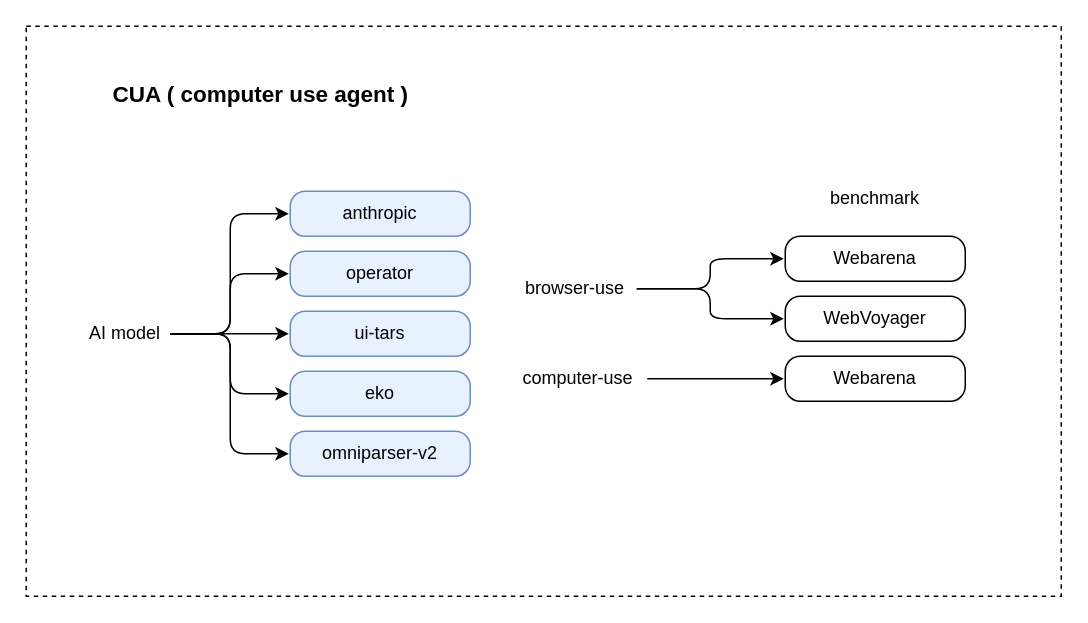
axtrur/awsome-ai-agent keeps this draw.io diagram as computer-use.drawio. Above is the earlier version. Source tidied: cells renumbered, new cells numbered last; positions are measured from the earlier drawing's top-left corner, leaving out a move shared by most shapes. Both pictures are drawn from the tidied source at 150%, with x=0, y=0 at pixel (26, 26).
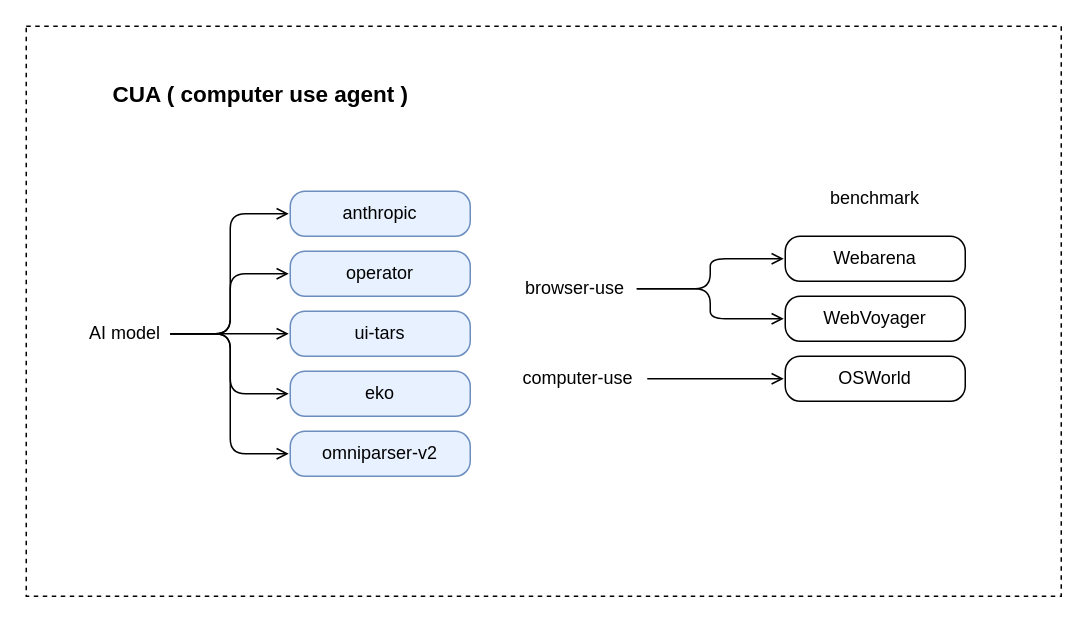
After the change.

The change refers to these unchanged cells:
```xml
<mxCell id="5" value="browser-use" style="rounded=1;whiteSpace=wrap;html=1;perimeterSpacing=1;absoluteArcSize=1;strokeColor=none;" parent="1" vertex="1">
  <mxGeometry x="326" y="160" width="80" height="30" as="geometry" />
</mxCell>
<mxCell id="6" value="&lt;div&gt;&lt;div class=&quot;old-record-id-JBEVdbZQPohMMXxsnTOcH60enHJ&quot;&gt;anthropic&lt;/div&gt;&lt;/div&gt;&lt;span class=&quot;lark-record-clipboard&quot; data-lark-record-data=&quot;{&amp;quot;rootId&amp;quot;:&amp;quot;FoqrdbMwvoKmRuxTPTAcZVGbncc&amp;quot;,&amp;quot;text&amp;quot;:{&amp;quot;initialAttributedTexts&amp;quot;:{&amp;quot;text&amp;quot;:{&amp;quot;0&amp;quot;:&amp;quot;anthropic&amp;quot;},&amp;quot;attribs&amp;quot;:{&amp;quot;0&amp;quot;:&amp;quot;*0*1+9&amp;quot;}},&amp;quot;apool&amp;quot;:{&amp;quot;numToAttrib&amp;quot;:{&amp;quot;0&amp;quot;:[&amp;quot;author&amp;quot;,&amp;quot;6871447160731222018&amp;quot;],&amp;quot;1&amp;quot;:[&amp;quot;link-id&amp;quot;,&amp;quot;10315824-9a2c-4ef2-9bec-ecdc504ee82a&amp;quot;]},&amp;quot;nextNum&amp;quot;:2}},&amp;quot;type&amp;quot;:&amp;quot;text&amp;quot;,&amp;quot;referenceRecordMap&amp;quot;:{},&amp;quot;extra&amp;quot;:{&amp;quot;channel&amp;quot;:&amp;quot;saas&amp;quot;,&amp;quot;isEqualBlockSelection&amp;quot;:false,&amp;quot;pasteRandomId&amp;quot;:&amp;quot;208c5f26-a661-4085-acc5-ec5a34d7300a&amp;quot;,&amp;quot;mention_page_title&amp;quot;:{},&amp;quot;external_mention_url&amp;quot;:{}},&amp;quot;isKeepQuoteContainer&amp;quot;:false,&amp;quot;isFromCode&amp;quot;:false,&amp;quot;selection&amp;quot;:[{&amp;quot;id&amp;quot;:76,&amp;quot;type&amp;quot;:&amp;quot;text&amp;quot;,&amp;quot;selection&amp;quot;:{&amp;quot;start&amp;quot;:12,&amp;quot;end&amp;quot;:21},&amp;quot;recordId&amp;quot;:&amp;quot;JBEVdbZQPohMMXxsnTOcH60enHJ&amp;quot;}],&amp;quot;payloadMap&amp;quot;:{},&amp;quot;isCut&amp;quot;:false}&quot;&gt;&lt;/span&gt;" style="rounded=1;whiteSpace=wrap;html=1;perimeterSpacing=1;absoluteArcSize=1;fillColor=#E8F1FF;strokeColor=#6c8ebf;" parent="1" vertex="1">
  <mxGeometry x="176" y="110" width="120" height="30" as="geometry" />
</mxCell>
<mxCell id="7" value="&lt;div&gt;&lt;div class=&quot;old-record-id-JBEVdbZQPohMMXxsnTOcH60enHJ&quot;&gt;operator&lt;/div&gt;&lt;/div&gt;&lt;span class=&quot;lark-record-clipboard&quot; data-lark-record-data=&quot;{&amp;quot;rootId&amp;quot;:&amp;quot;FoqrdbMwvoKmRuxTPTAcZVGbncc&amp;quot;,&amp;quot;text&amp;quot;:{&amp;quot;initialAttributedTexts&amp;quot;:{&amp;quot;text&amp;quot;:{&amp;quot;0&amp;quot;:&amp;quot;anthropic&amp;quot;},&amp;quot;attribs&amp;quot;:{&amp;quot;0&amp;quot;:&amp;quot;*0*1+9&amp;quot;}},&amp;quot;apool&amp;quot;:{&amp;quot;numToAttrib&amp;quot;:{&amp;quot;0&amp;quot;:[&amp;quot;author&amp;quot;,&amp;quot;6871447160731222018&amp;quot;],&amp;quot;1&amp;quot;:[&amp;quot;link-id&amp;quot;,&amp;quot;10315824-9a2c-4ef2-9bec-ecdc504ee82a&amp;quot;]},&amp;quot;nextNum&amp;quot;:2}},&amp;quot;type&amp;quot;:&amp;quot;text&amp;quot;,&amp;quot;referenceRecordMap&amp;quot;:{},&amp;quot;extra&amp;quot;:{&amp;quot;channel&amp;quot;:&amp;quot;saas&amp;quot;,&amp;quot;isEqualBlockSelection&amp;quot;:false,&amp;quot;pasteRandomId&amp;quot;:&amp;quot;208c5f26-a661-4085-acc5-ec5a34d7300a&amp;quot;,&amp;quot;mention_page_title&amp;quot;:{},&amp;quot;external_mention_url&amp;quot;:{}},&amp;quot;isKeepQuoteContainer&amp;quot;:false,&amp;quot;isFromCode&amp;quot;:false,&amp;quot;selection&amp;quot;:[{&amp;quot;id&amp;quot;:76,&amp;quot;type&amp;quot;:&amp;quot;text&amp;quot;,&amp;quot;selection&amp;quot;:{&amp;quot;start&amp;quot;:12,&amp;quot;end&amp;quot;:21},&amp;quot;recordId&amp;quot;:&amp;quot;JBEVdbZQPohMMXxsnTOcH60enHJ&amp;quot;}],&amp;quot;payloadMap&amp;quot;:{},&amp;quot;isCut&amp;quot;:false}&quot;&gt;&lt;/span&gt;" style="rounded=1;whiteSpace=wrap;html=1;perimeterSpacing=1;absoluteArcSize=1;fillColor=#E8F1FF;strokeColor=#6c8ebf;" parent="1" vertex="1">
  <mxGeometry x="176" y="150" width="120" height="30" as="geometry" />
</mxCell>
<mxCell id="8" value="&lt;div&gt;&lt;div class=&quot;old-record-id-JBEVdbZQPohMMXxsnTOcH60enHJ&quot;&gt;ui-tars&lt;/div&gt;&lt;/div&gt;&lt;span class=&quot;lark-record-clipboard&quot; data-lark-record-data=&quot;{&amp;quot;rootId&amp;quot;:&amp;quot;FoqrdbMwvoKmRuxTPTAcZVGbncc&amp;quot;,&amp;quot;text&amp;quot;:{&amp;quot;initialAttributedTexts&amp;quot;:{&amp;quot;text&amp;quot;:{&amp;quot;0&amp;quot;:&amp;quot;anthropic&amp;quot;},&amp;quot;attribs&amp;quot;:{&amp;quot;0&amp;quot;:&amp;quot;*0*1+9&amp;quot;}},&amp;quot;apool&amp;quot;:{&amp;quot;numToAttrib&amp;quot;:{&amp;quot;0&amp;quot;:[&amp;quot;author&amp;quot;,&amp;quot;6871447160731222018&amp;quot;],&amp;quot;1&amp;quot;:[&amp;quot;link-id&amp;quot;,&amp;quot;10315824-9a2c-4ef2-9bec-ecdc504ee82a&amp;quot;]},&amp;quot;nextNum&amp;quot;:2}},&amp;quot;type&amp;quot;:&amp;quot;text&amp;quot;,&amp;quot;referenceRecordMap&amp;quot;:{},&amp;quot;extra&amp;quot;:{&amp;quot;channel&amp;quot;:&amp;quot;saas&amp;quot;,&amp;quot;isEqualBlockSelection&amp;quot;:false,&amp;quot;pasteRandomId&amp;quot;:&amp;quot;208c5f26-a661-4085-acc5-ec5a34d7300a&amp;quot;,&amp;quot;mention_page_title&amp;quot;:{},&amp;quot;external_mention_url&amp;quot;:{}},&amp;quot;isKeepQuoteContainer&amp;quot;:false,&amp;quot;isFromCode&amp;quot;:false,&amp;quot;selection&amp;quot;:[{&amp;quot;id&amp;quot;:76,&amp;quot;type&amp;quot;:&amp;quot;text&amp;quot;,&amp;quot;selection&amp;quot;:{&amp;quot;start&amp;quot;:12,&amp;quot;end&amp;quot;:21},&amp;quot;recordId&amp;quot;:&amp;quot;JBEVdbZQPohMMXxsnTOcH60enHJ&amp;quot;}],&amp;quot;payloadMap&amp;quot;:{},&amp;quot;isCut&amp;quot;:false}&quot;&gt;&lt;/span&gt;" style="rounded=1;whiteSpace=wrap;html=1;perimeterSpacing=1;absoluteArcSize=1;fillColor=#E8F1FF;strokeColor=#6c8ebf;" parent="1" vertex="1">
  <mxGeometry x="176" y="190" width="120" height="30" as="geometry" />
</mxCell>
<mxCell id="9" value="&lt;div&gt;&lt;div class=&quot;old-record-id-JBEVdbZQPohMMXxsnTOcH60enHJ&quot;&gt;eko&lt;/div&gt;&lt;/div&gt;&lt;span class=&quot;lark-record-clipboard&quot; data-lark-record-data=&quot;{&amp;quot;rootId&amp;quot;:&amp;quot;FoqrdbMwvoKmRuxTPTAcZVGbncc&amp;quot;,&amp;quot;text&amp;quot;:{&amp;quot;initialAttributedTexts&amp;quot;:{&amp;quot;text&amp;quot;:{&amp;quot;0&amp;quot;:&amp;quot;anthropic&amp;quot;},&amp;quot;attribs&amp;quot;:{&amp;quot;0&amp;quot;:&amp;quot;*0*1+9&amp;quot;}},&amp;quot;apool&amp;quot;:{&amp;quot;numToAttrib&amp;quot;:{&amp;quot;0&amp;quot;:[&amp;quot;author&amp;quot;,&amp;quot;6871447160731222018&amp;quot;],&amp;quot;1&amp;quot;:[&amp;quot;link-id&amp;quot;,&amp;quot;10315824-9a2c-4ef2-9bec-ecdc504ee82a&amp;quot;]},&amp;quot;nextNum&amp;quot;:2}},&amp;quot;type&amp;quot;:&amp;quot;text&amp;quot;,&amp;quot;referenceRecordMap&amp;quot;:{},&amp;quot;extra&amp;quot;:{&amp;quot;channel&amp;quot;:&amp;quot;saas&amp;quot;,&amp;quot;isEqualBlockSelection&amp;quot;:false,&amp;quot;pasteRandomId&amp;quot;:&amp;quot;208c5f26-a661-4085-acc5-ec5a34d7300a&amp;quot;,&amp;quot;mention_page_title&amp;quot;:{},&amp;quot;external_mention_url&amp;quot;:{}},&amp;quot;isKeepQuoteContainer&amp;quot;:false,&amp;quot;isFromCode&amp;quot;:false,&amp;quot;selection&amp;quot;:[{&amp;quot;id&amp;quot;:76,&amp;quot;type&amp;quot;:&amp;quot;text&amp;quot;,&amp;quot;selection&amp;quot;:{&amp;quot;start&amp;quot;:12,&amp;quot;end&amp;quot;:21},&amp;quot;recordId&amp;quot;:&amp;quot;JBEVdbZQPohMMXxsnTOcH60enHJ&amp;quot;}],&amp;quot;payloadMap&amp;quot;:{},&amp;quot;isCut&amp;quot;:false}&quot;&gt;&lt;/span&gt;" style="rounded=1;whiteSpace=wrap;html=1;perimeterSpacing=1;absoluteArcSize=1;fillColor=#E8F1FF;strokeColor=#6c8ebf;" parent="1" vertex="1">
  <mxGeometry x="176" y="230" width="120" height="30" as="geometry" />
</mxCell>
<mxCell id="10" value="&lt;div&gt;&lt;div class=&quot;old-record-id-YXLDdxerqoWDXWxZMH1cbyrBnBg&quot;&gt;Webarena&lt;/div&gt;&lt;/div&gt;&lt;span class=&quot;lark-record-clipboard&quot; data-lark-record-data=&quot;{&amp;quot;rootId&amp;quot;:&amp;quot;FoqrdbMwvoKmRuxTPTAcZVGbncc&amp;quot;,&amp;quot;text&amp;quot;:{&amp;quot;initialAttributedTexts&amp;quot;:{&amp;quot;text&amp;quot;:{&amp;quot;0&amp;quot;:&amp;quot;Webarena&amp;quot;},&amp;quot;attribs&amp;quot;:{&amp;quot;0&amp;quot;:&amp;quot;*0+8&amp;quot;}},&amp;quot;apool&amp;quot;:{&amp;quot;numToAttrib&amp;quot;:{&amp;quot;0&amp;quot;:[&amp;quot;author&amp;quot;,&amp;quot;6871447160731222018&amp;quot;]},&amp;quot;nextNum&amp;quot;:1}},&amp;quot;type&amp;quot;:&amp;quot;text&amp;quot;,&amp;quot;referenceRecordMap&amp;quot;:{},&amp;quot;extra&amp;quot;:{&amp;quot;channel&amp;quot;:&amp;quot;saas&amp;quot;,&amp;quot;isEqualBlockSelection&amp;quot;:false,&amp;quot;pasteRandomId&amp;quot;:&amp;quot;9d85a07a-6e18-40ab-9c8a-803ea1c17a1c&amp;quot;,&amp;quot;mention_page_title&amp;quot;:{},&amp;quot;external_mention_url&amp;quot;:{}},&amp;quot;isKeepQuoteContainer&amp;quot;:false,&amp;quot;isFromCode&amp;quot;:false,&amp;quot;selection&amp;quot;:[{&amp;quot;id&amp;quot;:72,&amp;quot;type&amp;quot;:&amp;quot;text&amp;quot;,&amp;quot;selection&amp;quot;:{&amp;quot;start&amp;quot;:0,&amp;quot;end&amp;quot;:8},&amp;quot;recordId&amp;quot;:&amp;quot;YXLDdxerqoWDXWxZMH1cbyrBnBg&amp;quot;}],&amp;quot;payloadMap&amp;quot;:{},&amp;quot;isCut&amp;quot;:false}&quot;&gt;&lt;/span&gt;" style="rounded=1;whiteSpace=wrap;html=1;perimeterSpacing=1;absoluteArcSize=1;" parent="1" vertex="1">
  <mxGeometry x="506" y="140" width="120" height="30" as="geometry" />
</mxCell>
<mxCell id="11" value="&lt;div&gt;&lt;div class=&quot;old-record-id-YXLDdxerqoWDXWxZMH1cbyrBnBg&quot;&gt;&lt;div&gt;&lt;div class=&quot;old-record-id-CxIwdsjBlozMJTxzVqyc23xznPg&quot;&gt;WebVoyager&lt;/div&gt;&lt;/div&gt;&lt;span class=&quot;lark-record-clipboard&quot; data-lark-record-data=&quot;{&amp;quot;rootId&amp;quot;:&amp;quot;FoqrdbMwvoKmRuxTPTAcZVGbncc&amp;quot;,&amp;quot;text&amp;quot;:{&amp;quot;initialAttributedTexts&amp;quot;:{&amp;quot;text&amp;quot;:{&amp;quot;0&amp;quot;:&amp;quot;WebVoyager&amp;quot;},&amp;quot;attribs&amp;quot;:{&amp;quot;0&amp;quot;:&amp;quot;*0+a&amp;quot;}},&amp;quot;apool&amp;quot;:{&amp;quot;numToAttrib&amp;quot;:{&amp;quot;0&amp;quot;:[&amp;quot;author&amp;quot;,&amp;quot;6871447160731222018&amp;quot;]},&amp;quot;nextNum&amp;quot;:1}},&amp;quot;type&amp;quot;:&amp;quot;text&amp;quot;,&amp;quot;referenceRecordMap&amp;quot;:{},&amp;quot;extra&amp;quot;:{&amp;quot;channel&amp;quot;:&amp;quot;saas&amp;quot;,&amp;quot;isEqualBlockSelection&amp;quot;:false,&amp;quot;pasteRandomId&amp;quot;:&amp;quot;51d296b9-5641-4c32-b07f-b8e84cfe0941&amp;quot;,&amp;quot;mention_page_title&amp;quot;:{},&amp;quot;external_mention_url&amp;quot;:{}},&amp;quot;isKeepQuoteContainer&amp;quot;:false,&amp;quot;isFromCode&amp;quot;:false,&amp;quot;selection&amp;quot;:[{&amp;quot;id&amp;quot;:73,&amp;quot;type&amp;quot;:&amp;quot;text&amp;quot;,&amp;quot;selection&amp;quot;:{&amp;quot;start&amp;quot;:0,&amp;quot;end&amp;quot;:10},&amp;quot;recordId&amp;quot;:&amp;quot;CxIwdsjBlozMJTxzVqyc23xznPg&amp;quot;}],&amp;quot;payloadMap&amp;quot;:{},&amp;quot;isCut&amp;quot;:false}&quot;&gt;&lt;/span&gt;&lt;/div&gt;&lt;/div&gt;&lt;span class=&quot;lark-record-clipboard&quot; data-lark-record-data=&quot;{&amp;quot;rootId&amp;quot;:&amp;quot;FoqrdbMwvoKmRuxTPTAcZVGbncc&amp;quot;,&amp;quot;text&amp;quot;:{&amp;quot;initialAttributedTexts&amp;quot;:{&amp;quot;text&amp;quot;:{&amp;quot;0&amp;quot;:&amp;quot;Webarena&amp;quot;},&amp;quot;attribs&amp;quot;:{&amp;quot;0&amp;quot;:&amp;quot;*0+8&amp;quot;}},&amp;quot;apool&amp;quot;:{&amp;quot;numToAttrib&amp;quot;:{&amp;quot;0&amp;quot;:[&amp;quot;author&amp;quot;,&amp;quot;6871447160731222018&amp;quot;]},&amp;quot;nextNum&amp;quot;:1}},&amp;quot;type&amp;quot;:&amp;quot;text&amp;quot;,&amp;quot;referenceRecordMap&amp;quot;:{},&amp;quot;extra&amp;quot;:{&amp;quot;channel&amp;quot;:&amp;quot;saas&amp;quot;,&amp;quot;isEqualBlockSelection&amp;quot;:false,&amp;quot;pasteRandomId&amp;quot;:&amp;quot;9d85a07a-6e18-40ab-9c8a-803ea1c17a1c&amp;quot;,&amp;quot;mention_page_title&amp;quot;:{},&amp;quot;external_mention_url&amp;quot;:{}},&amp;quot;isKeepQuoteContainer&amp;quot;:false,&amp;quot;isFromCode&amp;quot;:false,&amp;quot;selection&amp;quot;:[{&amp;quot;id&amp;quot;:72,&amp;quot;type&amp;quot;:&amp;quot;text&amp;quot;,&amp;quot;selection&amp;quot;:{&amp;quot;start&amp;quot;:0,&amp;quot;end&amp;quot;:8},&amp;quot;recordId&amp;quot;:&amp;quot;YXLDdxerqoWDXWxZMH1cbyrBnBg&amp;quot;}],&amp;quot;payloadMap&amp;quot;:{},&amp;quot;isCut&amp;quot;:false}&quot;&gt;&lt;/span&gt;" style="rounded=1;whiteSpace=wrap;html=1;perimeterSpacing=1;absoluteArcSize=1;" parent="1" vertex="1">
  <mxGeometry x="506" y="180" width="120" height="30" as="geometry" />
</mxCell>
<mxCell id="13" value="computer-use" style="rounded=1;whiteSpace=wrap;html=1;perimeterSpacing=1;absoluteArcSize=1;strokeColor=none;" parent="1" vertex="1">
  <mxGeometry x="323" y="220" width="90" height="30" as="geometry" />
</mxCell>
<mxCell id="15" value="&lt;div&gt;&lt;div class=&quot;old-record-id-JBEVdbZQPohMMXxsnTOcH60enHJ&quot;&gt;omniparser-v2&lt;/div&gt;&lt;/div&gt;&lt;span class=&quot;lark-record-clipboard&quot; data-lark-record-data=&quot;{&amp;quot;rootId&amp;quot;:&amp;quot;FoqrdbMwvoKmRuxTPTAcZVGbncc&amp;quot;,&amp;quot;text&amp;quot;:{&amp;quot;initialAttributedTexts&amp;quot;:{&amp;quot;text&amp;quot;:{&amp;quot;0&amp;quot;:&amp;quot;anthropic&amp;quot;},&amp;quot;attribs&amp;quot;:{&amp;quot;0&amp;quot;:&amp;quot;*0*1+9&amp;quot;}},&amp;quot;apool&amp;quot;:{&amp;quot;numToAttrib&amp;quot;:{&amp;quot;0&amp;quot;:[&amp;quot;author&amp;quot;,&amp;quot;6871447160731222018&amp;quot;],&amp;quot;1&amp;quot;:[&amp;quot;link-id&amp;quot;,&amp;quot;10315824-9a2c-4ef2-9bec-ecdc504ee82a&amp;quot;]},&amp;quot;nextNum&amp;quot;:2}},&amp;quot;type&amp;quot;:&amp;quot;text&amp;quot;,&amp;quot;referenceRecordMap&amp;quot;:{},&amp;quot;extra&amp;quot;:{&amp;quot;channel&amp;quot;:&amp;quot;saas&amp;quot;,&amp;quot;isEqualBlockSelection&amp;quot;:false,&amp;quot;pasteRandomId&amp;quot;:&amp;quot;208c5f26-a661-4085-acc5-ec5a34d7300a&amp;quot;,&amp;quot;mention_page_title&amp;quot;:{},&amp;quot;external_mention_url&amp;quot;:{}},&amp;quot;isKeepQuoteContainer&amp;quot;:false,&amp;quot;isFromCode&amp;quot;:false,&amp;quot;selection&amp;quot;:[{&amp;quot;id&amp;quot;:76,&amp;quot;type&amp;quot;:&amp;quot;text&amp;quot;,&amp;quot;selection&amp;quot;:{&amp;quot;start&amp;quot;:12,&amp;quot;end&amp;quot;:21},&amp;quot;recordId&amp;quot;:&amp;quot;JBEVdbZQPohMMXxsnTOcH60enHJ&amp;quot;}],&amp;quot;payloadMap&amp;quot;:{},&amp;quot;isCut&amp;quot;:false}&quot;&gt;&lt;/span&gt;" style="rounded=1;whiteSpace=wrap;html=1;perimeterSpacing=1;absoluteArcSize=1;fillColor=#E8F1FF;strokeColor=#6c8ebf;" parent="1" vertex="1">
  <mxGeometry x="176" y="270" width="120" height="30" as="geometry" />
</mxCell>
<mxCell id="23" value="AI model" style="text;html=1;align=center;verticalAlign=middle;whiteSpace=wrap;rounded=0;" parent="1" vertex="1">
  <mxGeometry x="36" y="190" width="60" height="30" as="geometry" />
</mxCell>
```

Diff of the diagram source:
```diff
@@
-    <mxCell id="3" style="edgeStyle=orthogonalEdgeStyle;rounded=1;jettySize=auto;html=1;curved=0;" parent="1" edge="1" source="5" target="10">
+    <mxCell id="3" style="edgeStyle=orthogonalEdgeStyle;rounded=1;jettySize=auto;html=1;curved=0;endArrow=open;endFill=0;" parent="1" edge="1" source="5" target="10">
       <mxGeometry relative="1" as="geometry" />
     </mxCell>
-    <mxCell id="4" style="edgeStyle=orthogonalEdgeStyle;rounded=1;jettySize=auto;html=1;exitX=1;exitY=0.5;exitDx=0;exitDy=0;entryX=0;entryY=0.5;entryDx=0;entryDy=0;curved=0;" parent="1" edge="1" source="5" target="11">
+    <mxCell id="4" style="edgeStyle=orthogonalEdgeStyle;rounded=1;jettySize=auto;html=1;exitX=1;exitY=0.5;exitDx=0;exitDy=0;entryX=0;entryY=0.5;entryDx=0;entryDy=0;curved=0;endArrow=open;endFill=0;" parent="1" edge="1" source="5" target="11">
       <mxGeometry relative="1" as="geometry" />
     </mxCell>
@@
-    <mxCell id="12" style="edgeStyle=orthogonalEdgeStyle;rounded=0;jettySize=auto;html=1;exitX=1;exitY=0.5;exitDx=0;exitDy=0;" parent="1" edge="1" source="13" target="14">
+    <mxCell id="12" style="edgeStyle=orthogonalEdgeStyle;rounded=0;jettySize=auto;html=1;exitX=1;exitY=0.5;exitDx=0;exitDy=0;endArrow=open;endFill=0;" parent="1" edge="1" source="13" target="14">
       <mxGeometry relative="1" as="geometry" />
     </mxCell>
@@
-    <mxCell id="14" value="&lt;div&gt;&lt;div class=&quot;old-record-id-YXLDdxerqoWDXWxZMH1cbyrBnBg&quot;&gt;Webarena&lt;/div&gt;&lt;/div&gt;&lt;span class=&quot;lark-record-clipboard&quot; data-lark-record-data=&quot;{&amp;quot;rootId&amp;quot;:&amp;quot;FoqrdbMwvoKmRuxTPTAcZVGbncc&amp;quot;,&amp;quot;text&amp;quot;:{&amp;quot;initialAttributedTexts&amp;quot;:{&amp;quot;text&amp;quot;:{&amp;quot;0&amp;quot;:&amp;quot;Webarena&amp;quot;},&amp;quot;attribs&amp;quot;:{&amp;quot;0&amp;quot;:&amp;quot;*0+8&amp;quot;}},&amp;quot;apool&amp;quot;:{&amp;quot;numToAttrib&amp;quot;:{&amp;quot;0&amp;quot;:[&amp;quot;author&amp;quot;,&amp;quot;6871447160731222018&amp;quot;]},&amp;quot;nextNum&amp;quot;:1}},&amp;quot;type&amp;quot;:&amp;quot;text&amp;quot;,&amp;quot;referenceRecordMap&amp;quot;:{},&amp;quot;extra&amp;quot;:{&amp;quot;channel&amp;quot;:&amp;quot;saas&amp;quot;,&amp;quot;isEqualBlockSelection&amp;quot;:false,&amp;quot;pasteRandomId&amp;quot;:&amp;quot;9d85a07a-6e18-40ab-9c8a-803ea1c17a1c&amp;quot;,&amp;quot;mention_page_title&amp;quot;:{},&amp;quot;external_mention_url&amp;quot;:{}},&amp;quot;isKeepQuoteContainer&amp;quot;:false,&amp;quot;isFromCode&amp;quot;:false,&amp;quot;selection&amp;quot;:[{&amp;quot;id&amp;quot;:72,&amp;quot;type&amp;quot;:&amp;quot;text&amp;quot;,&amp;quot;selection&amp;quot;:{&amp;quot;start&amp;quot;:0,&amp;quot;end&amp;quot;:8},&amp;quot;recordId&amp;quot;:&amp;quot;YXLDdxerqoWDXWxZMH1cbyrBnBg&amp;quot;}],&amp;quot;payloadMap&amp;quot;:{},&amp;quot;isCut&amp;quot;:false}&quot;&gt;&lt;/span&gt;" style="rounded=1;whiteSpace=wrap;html=1;perimeterSpacing=1;absoluteArcSize=1;" parent="1" vertex="1">
+    <mxCell id="14" value="&lt;div&gt;&lt;div class=&quot;old-record-id-YXLDdxerqoWDXWxZMH1cbyrBnBg&quot;&gt;OSWorld&lt;/div&gt;&lt;/div&gt;&lt;span class=&quot;lark-record-clipboard&quot; data-lark-record-data=&quot;{&amp;quot;rootId&amp;quot;:&amp;quot;FoqrdbMwvoKmRuxTPTAcZVGbncc&amp;quot;,&amp;quot;text&amp;quot;:{&amp;quot;initialAttributedTexts&amp;quot;:{&amp;quot;text&amp;quot;:{&amp;quot;0&amp;quot;:&amp;quot;Webarena&amp;quot;},&amp;quot;attribs&amp;quot;:{&amp;quot;0&amp;quot;:&amp;quot;*0+8&amp;quot;}},&amp;quot;apool&amp;quot;:{&amp;quot;numToAttrib&amp;quot;:{&amp;quot;0&amp;quot;:[&amp;quot;author&amp;quot;,&amp;quot;6871447160731222018&amp;quot;]},&amp;quot;nextNum&amp;quot;:1}},&amp;quot;type&amp;quot;:&amp;quot;text&amp;quot;,&amp;quot;referenceRecordMap&amp;quot;:{},&amp;quot;extra&amp;quot;:{&amp;quot;channel&amp;quot;:&amp;quot;saas&amp;quot;,&amp;quot;isEqualBlockSelection&amp;quot;:false,&amp;quot;pasteRandomId&amp;quot;:&amp;quot;9d85a07a-6e18-40ab-9c8a-803ea1c17a1c&amp;quot;,&amp;quot;mention_page_title&amp;quot;:{},&amp;quot;external_mention_url&amp;quot;:{}},&amp;quot;isKeepQuoteContainer&amp;quot;:false,&amp;quot;isFromCode&amp;quot;:false,&amp;quot;selection&amp;quot;:[{&amp;quot;id&amp;quot;:72,&amp;quot;type&amp;quot;:&amp;quot;text&amp;quot;,&amp;quot;selection&amp;quot;:{&amp;quot;start&amp;quot;:0,&amp;quot;end&amp;quot;:8},&amp;quot;recordId&amp;quot;:&amp;quot;YXLDdxerqoWDXWxZMH1cbyrBnBg&amp;quot;}],&amp;quot;payloadMap&amp;quot;:{},&amp;quot;isCut&amp;quot;:false}&quot;&gt;&lt;/span&gt;" style="rounded=1;whiteSpace=wrap;html=1;perimeterSpacing=1;absoluteArcSize=1;" parent="1" vertex="1">
       <mxGeometry x="506" y="220" width="120" height="30" as="geometry" />
     </mxCell>
@@
-    <mxCell id="18" style="edgeStyle=orthogonalEdgeStyle;rounded=1;jettySize=auto;html=1;exitX=1;exitY=0.5;exitDx=0;exitDy=0;entryX=0;entryY=0.5;entryDx=0;entryDy=0;curved=0;" parent="1" edge="1" source="23" target="6">
+    <mxCell id="18" style="edgeStyle=orthogonalEdgeStyle;rounded=1;jettySize=auto;html=1;exitX=1;exitY=0.5;exitDx=0;exitDy=0;entryX=0;entryY=0.5;entryDx=0;entryDy=0;curved=0;endArrow=open;endFill=0;" parent="1" edge="1" source="23" target="6">
       <mxGeometry relative="1" as="geometry" />
     </mxCell>
-    <mxCell id="19" style="edgeStyle=orthogonalEdgeStyle;rounded=1;jettySize=auto;html=1;exitX=1;exitY=0.5;exitDx=0;exitDy=0;entryX=0;entryY=0.5;entryDx=0;entryDy=0;curved=0;" parent="1" edge="1" source="23" target="7">
+    <mxCell id="19" style="edgeStyle=orthogonalEdgeStyle;rounded=1;jettySize=auto;html=1;exitX=1;exitY=0.5;exitDx=0;exitDy=0;entryX=0;entryY=0.5;entryDx=0;entryDy=0;curved=0;endArrow=open;endFill=0;" parent="1" edge="1" source="23" target="7">
       <mxGeometry relative="1" as="geometry" />
     </mxCell>
-    <mxCell id="20" style="edgeStyle=orthogonalEdgeStyle;rounded=1;jettySize=auto;html=1;exitX=1;exitY=0.5;exitDx=0;exitDy=0;entryX=0;entryY=0.5;entryDx=0;entryDy=0;curved=0;" parent="1" edge="1" source="23" target="8">
+    <mxCell id="20" style="edgeStyle=orthogonalEdgeStyle;rounded=1;jettySize=auto;html=1;exitX=1;exitY=0.5;exitDx=0;exitDy=0;entryX=0;entryY=0.5;entryDx=0;entryDy=0;curved=0;endArrow=open;endFill=0;" parent="1" edge="1" source="23" target="8">
       <mxGeometry relative="1" as="geometry" />
     </mxCell>
-    <mxCell id="21" style="edgeStyle=orthogonalEdgeStyle;rounded=1;jettySize=auto;html=1;exitX=1;exitY=0.5;exitDx=0;exitDy=0;entryX=0;entryY=0.5;entryDx=0;entryDy=0;curved=0;" parent="1" edge="1" source="23" target="9">
+    <mxCell id="21" style="edgeStyle=orthogonalEdgeStyle;rounded=1;jettySize=auto;html=1;exitX=1;exitY=0.5;exitDx=0;exitDy=0;entryX=0;entryY=0.5;entryDx=0;entryDy=0;curved=0;endArrow=open;endFill=0;" parent="1" edge="1" source="23" target="9">
       <mxGeometry relative="1" as="geometry" />
     </mxCell>
-    <mxCell id="22" style="edgeStyle=orthogonalEdgeStyle;rounded=1;jettySize=auto;html=1;exitX=1;exitY=0.5;exitDx=0;exitDy=0;entryX=0;entryY=0.5;entryDx=0;entryDy=0;curved=0;" parent="1" edge="1" source="23" target="15">
+    <mxCell id="22" style="edgeStyle=orthogonalEdgeStyle;rounded=1;jettySize=auto;html=1;exitX=1;exitY=0.5;exitDx=0;exitDy=0;entryX=0;entryY=0.5;entryDx=0;entryDy=0;curved=0;endArrow=open;endFill=0;" parent="1" edge="1" source="23" target="15">
       <mxGeometry relative="1" as="geometry" />
     </mxCell>
```
